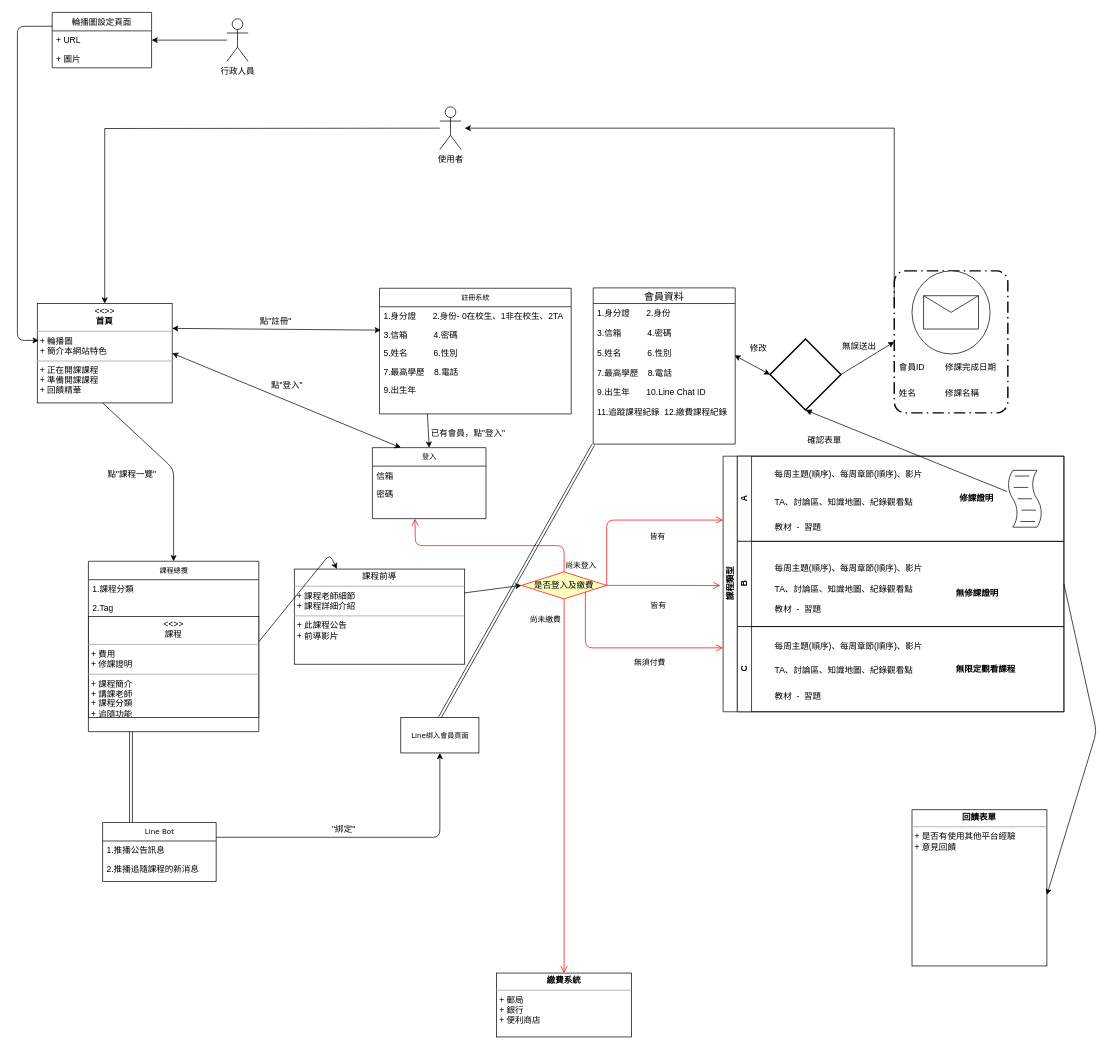
Before: nthu_cloud.drawio in bloodangle/fisrt, a draw.io diagram. Source tidied: cells renumbered, new cells numbered last; positions are measured from the earlier drawing's top-left corner, leaving out a move shared by most shapes. Both pictures are drawn from the tidied source at 71%, with x=0, y=0 at pixel (17, 12).
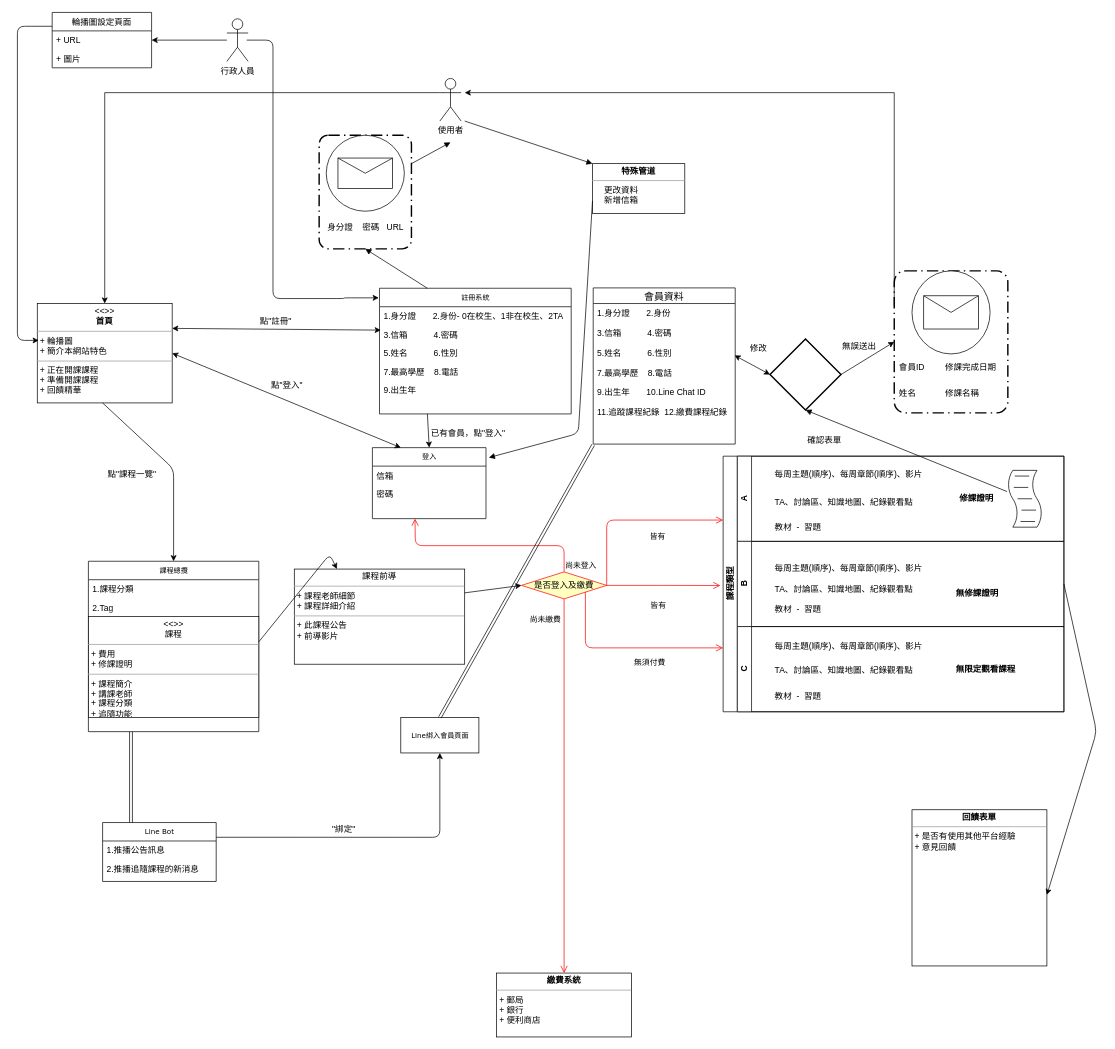
The same diagram, later.

Unchanged cells that the change refers to:
```xml
<mxCell id="3" style="rounded=1;arcSize=10;dashed=1;strokeColor=#000000;fillColor=none;gradientColor=none;dashPattern=8 3 1 3;strokeWidth=2;" parent="1" vertex="1">
  <mxGeometry x="1235" y="364" width="160" height="200" as="geometry" />
</mxCell>
<mxCell id="8" value="登入" style="swimlane;html=1;fontStyle=0;horizontal=1;startSize=26;fillColor=none;swimlaneFillColor=#ffffff;rounded=0;shadow=0;comic=0;labelBackgroundColor=none;strokeColor=#000000;strokeWidth=1;fontFamily=Verdana;fontSize=10;fontColor=#000000;align=center;" parent="1" vertex="1">
  <mxGeometry x="500" y="613" width="160" height="100" as="geometry" />
</mxCell>
<mxCell id="17" value="&lt;p style=&quot;margin: 0px ; margin-top: 4px ; text-align: center&quot;&gt;&lt;i&gt;&amp;lt;&amp;lt;&amp;gt;&amp;gt;&lt;/i&gt;&lt;br&gt;&lt;b&gt;首頁&lt;/b&gt;&lt;/p&gt;&lt;hr size=&quot;1&quot;&gt;&lt;p style=&quot;margin: 0px ; margin-left: 4px&quot;&gt;+ 輪播圖&lt;br&gt;+ 簡介本網站特色&lt;/p&gt;&lt;hr size=&quot;1&quot;&gt;&lt;p style=&quot;margin: 0px ; margin-left: 4px&quot;&gt;+ 正在開課課程&lt;/p&gt;&lt;p style=&quot;margin: 0px ; margin-left: 4px&quot;&gt;+ 準備開課課程&lt;/p&gt;&lt;p style=&quot;margin: 0px ; margin-left: 4px&quot;&gt;+ 回饋精華&lt;/p&gt;" style="verticalAlign=top;align=left;overflow=fill;fontSize=12;fontFamily=Helvetica;html=1;rounded=0;shadow=0;comic=0;labelBackgroundColor=none;strokeColor=#000000;strokeWidth=1;fillColor=#ffffff;" parent="1" vertex="1">
  <mxGeometry x="28" y="410" width="190" height="140" as="geometry" />
</mxCell>
<mxCell id="18" value="註冊系統" style="swimlane;html=1;fontStyle=0;horizontal=1;startSize=26;fillColor=none;swimlaneFillColor=#ffffff;rounded=0;shadow=0;comic=0;labelBackgroundColor=none;strokeColor=#000000;strokeWidth=1;fontFamily=Verdana;fontSize=10;fontColor=#000000;align=center;" parent="1" vertex="1">
  <mxGeometry x="510" y="388.5" width="270" height="177" as="geometry" />
</mxCell>
```

What changed in the source:
```diff
@@
     <mxCell id="2" style="edgeStyle=orthogonalEdgeStyle;rounded=0;jettySize=auto;html=1;exitX=0;exitY=0.25;exitDx=0;exitDy=0;" parent="1" edge="1" source="3">
       <mxGeometry relative="1" as="geometry">
-        <mxPoint x="630" y="163" as="targetPoint" />
+        <mxPoint x="630" y="113" as="targetPoint" />
         <Array as="points">
-          <mxPoint x="1235" y="163" />
+          <mxPoint x="1235" y="113" />
+          <mxPoint x="630" y="113" />
         </Array>
       </mxGeometry>
     </mxCell>
@@
-    <mxCell id="77" style="edgeStyle=orthogonalEdgeStyle;rounded=0;jettySize=auto;html=1;" parent="1" edge="1" target="17">
+    <mxCell id="77" style="edgeStyle=orthogonalEdgeStyle;rounded=0;jettySize=auto;html=1;exitX=0;exitY=0.3333333333333333;exitDx=0;exitDy=0;exitPerimeter=0;" parent="1" edge="1" source="78" target="17">
       <mxGeometry relative="1" as="geometry">
-        <mxPoint x="595" y="163" as="sourcePoint" />
+        <Array as="points">
+          <mxPoint x="123" y="113" />
+        </Array>
       </mxGeometry>
     </mxCell>
     <mxCell id="78" value="使用者" style="shape=umlActor;verticalLabelPosition=bottom;labelBackgroundColor=#ffffff;verticalAlign=top;html=1;outlineConnect=0;" parent="1" vertex="1">
-      <mxGeometry x="595" y="133" width="30" height="60" as="geometry" />
+      <mxGeometry x="595" y="93" width="30" height="60" as="geometry" />
     </mxCell>
@@
+    <mxCell id="85" style="edgeStyle=segmentEdgeStyle;endArrow=classic;html=1;" parent="1" edge="1">
+      <mxGeometry relative="1" as="geometry">
+        <mxPoint x="323" y="39" as="sourcePoint" />
+        <mxPoint x="509" y="402" as="targetPoint" />
+        <Array as="points">
+          <mxPoint x="360" y="39" />
+          <mxPoint x="360" y="403" />
+          <mxPoint x="460" y="403" />
+          <mxPoint x="460" y="402" />
+        </Array>
+      </mxGeometry>
+    </mxCell>
+    <mxCell id="86" style="rounded=1;arcSize=10;dashed=1;strokeColor=#000000;fillColor=none;gradientColor=none;dashPattern=8 3 1 3;strokeWidth=2;" parent="1" vertex="1">
+      <mxGeometry x="425" y="173" width="130" height="160" as="geometry" />
+    </mxCell>
+    <mxCell id="87" style="shape=mxgraph.bpmn.shape;html=1;verticalLabelPosition=bottom;labelBackgroundColor=#ffffff;verticalAlign=top;align=center;perimeter=ellipsePerimeter;outline=eventInt;symbol=message;" parent="1" vertex="1">
+      <mxGeometry x="435" y="173" width="110" height="107" as="geometry" />
+    </mxCell>
+    <mxCell id="88" style="endArrow=block;endFill=1;endSize=6;html=1;exitX=1;exitY=0.25;exitDx=0;exitDy=0;" parent="1" edge="1" source="86">
+      <mxGeometry relative="1" as="geometry">
+        <mxPoint x="610" y="183" as="targetPoint" />
+      </mxGeometry>
+    </mxCell>
+    <mxCell id="89" value="身分證&amp;nbsp; &amp;nbsp; 密碼&amp;nbsp; &amp;nbsp;URL" style="text;html=1;align=left;verticalAlign=top;spacingTop=-4;" parent="1" vertex="1">
+      <mxGeometry x="435" y="293" width="120" height="20" as="geometry" />
+    </mxCell>
+    <mxCell id="90" style="endArrow=block;endFill=1;endSize=6;html=1;exitX=0.25;exitY=0;exitDx=0;exitDy=0;entryX=0.5;entryY=1;entryDx=0;entryDy=0;" parent="1" edge="1" source="18" target="86">
+      <mxGeometry relative="1" as="geometry" />
+    </mxCell>
+    <mxCell id="91" style="endArrow=block;endFill=1;endSize=6;html=1;" parent="1" edge="1">
+      <mxGeometry relative="1" as="geometry">
+        <mxPoint x="630" y="153" as="sourcePoint" />
+        <mxPoint x="810" y="213" as="targetPoint" />
+      </mxGeometry>
+    </mxCell>
+    <mxCell id="92" value="&lt;p style=&quot;margin: 0px ; margin-top: 4px ; text-align: center&quot;&gt;&lt;b&gt;特殊管道&lt;/b&gt;&lt;/p&gt;&lt;hr size=&quot;1&quot;&gt;&lt;div style=&quot;height: 2px&quot;&gt;&amp;nbsp; &amp;nbsp; &amp;nbsp;更改資料&lt;/div&gt;&lt;div style=&quot;height: 2px&quot;&gt;&lt;br&gt;&lt;/div&gt;&lt;div style=&quot;height: 2px&quot;&gt;&lt;br&gt;&lt;/div&gt;&lt;div style=&quot;height: 2px&quot;&gt;&lt;br&gt;&lt;/div&gt;&lt;div style=&quot;height: 2px&quot;&gt;&lt;br&gt;&lt;/div&gt;&lt;div style=&quot;height: 2px&quot;&gt;&lt;br&gt;&lt;/div&gt;&lt;div style=&quot;height: 2px&quot;&gt;&lt;br&gt;&lt;/div&gt;&lt;div style=&quot;height: 2px&quot;&gt;&amp;nbsp; &amp;nbsp; &amp;nbsp;新增信箱&lt;/div&gt;" style="verticalAlign=top;align=left;overflow=fill;fontSize=12;fontFamily=Helvetica;html=1;" parent="1" vertex="1">
+      <mxGeometry x="810" y="213" width="130" height="70" as="geometry" />
+    </mxCell>
+    <mxCell id="93" style="endArrow=block;endFill=1;endSize=6;html=1;exitX=0;exitY=0.75;exitDx=0;exitDy=0;entryX=1.025;entryY=0.14;entryDx=0;entryDy=0;entryPerimeter=0;" parent="1" edge="1" source="92" target="8">
+      <mxGeometry relative="1" as="geometry">
+        <Array as="points">
+          <mxPoint x="790" y="593" />
+        </Array>
+      </mxGeometry>
+    </mxCell>
```
